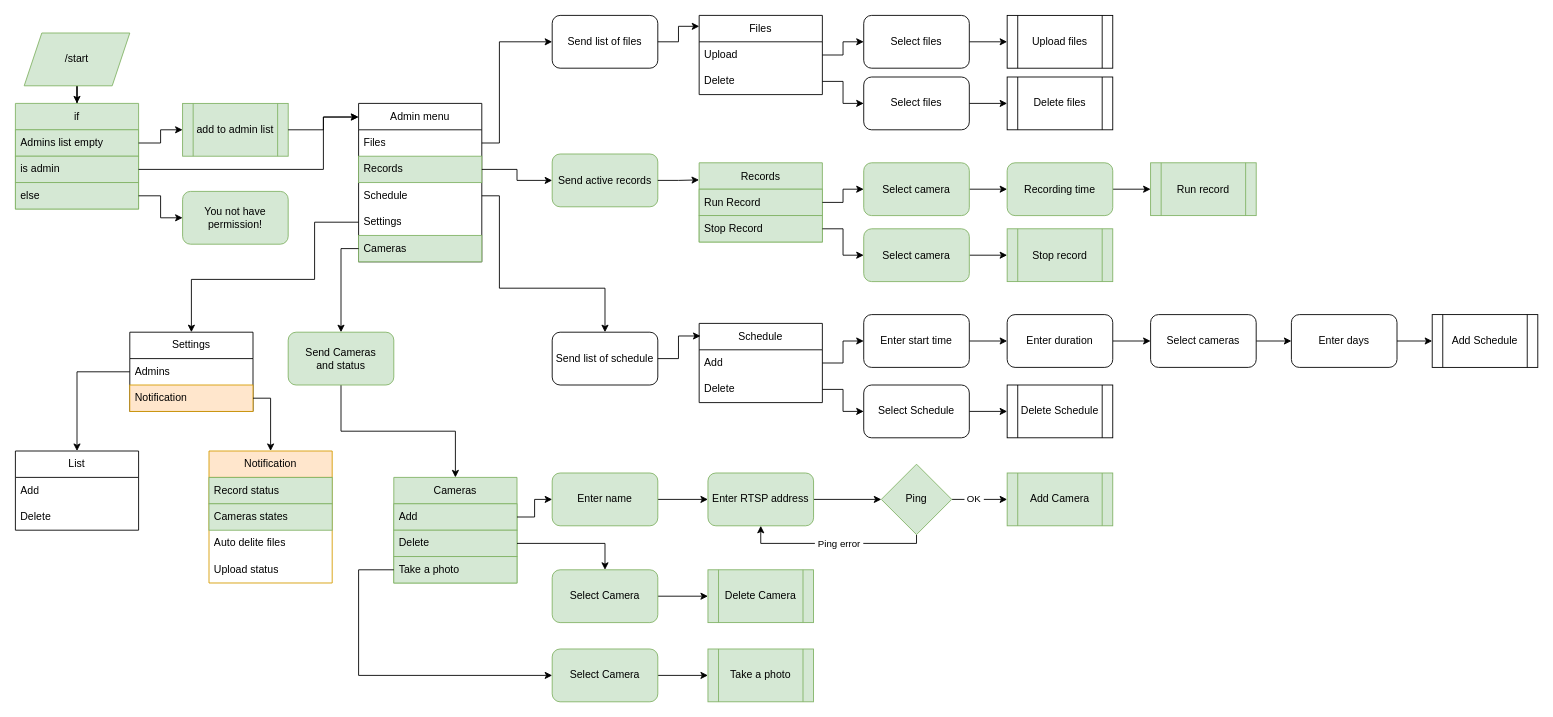
Before: doc/bot.drawio in Zzior/camera-recorder-service, a draw.io diagram. Source tidied: cells renumbered, new cells numbered last; positions are measured from the earlier drawing's top-left corner, leaving out a move shared by most shapes. Both pictures are drawn from the tidied source at 88%, with x=0, y=0 at pixel (15, 15).
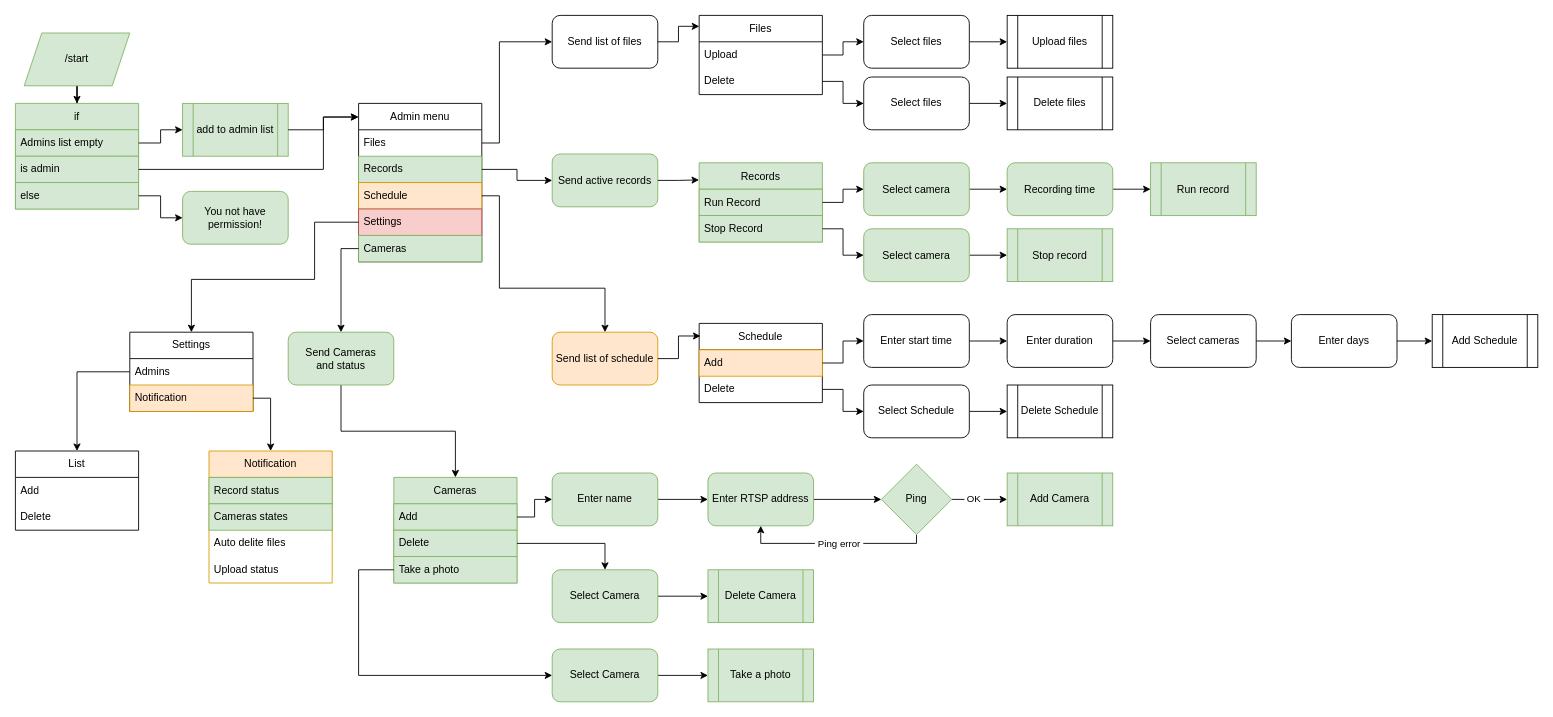
After the change.

Unchanged cells that the change refers to:
```xml
<mxCell id="8" value="Admin menu" style="swimlane;fontStyle=0;horizontal=1;startSize=30;whiteSpace=wrap;html=1;" parent="1" vertex="1">
  <mxGeometry x="390" y="100" width="140" height="180" as="geometry" />
</mxCell>
<mxCell id="38" value="&lt;span style=&quot;text-align: left;&quot;&gt;Schedule&lt;/span&gt;" style="swimlane;fontStyle=0;horizontal=1;startSize=30;whiteSpace=wrap;html=1;" parent="1" vertex="1">
  <mxGeometry x="777" y="350" width="140" height="90" as="geometry" />
</mxCell>
```

The edit, as a diff of the source:
```diff
@@
-    <mxCell id="11" value="Schedule" style="text;strokeColor=none;fillColor=none;align=left;verticalAlign=middle;spacingLeft=4;spacingRight=4;overflow=hidden;points=[[0,0.5],[1,0.5]];portConstraint=eastwest;whiteSpace=wrap;html=1;" parent="8" vertex="1">
+    <mxCell id="11" value="Schedule" style="text;strokeColor=#d79b00;fillColor=#ffe6cc;align=left;verticalAlign=middle;spacingLeft=4;spacingRight=4;overflow=hidden;points=[[0,0.5],[1,0.5]];portConstraint=eastwest;whiteSpace=wrap;html=1;" parent="8" vertex="1">
       <mxGeometry y="90" width="140" height="30" as="geometry" />
     </mxCell>
-    <mxCell id="12" value="Settings" style="text;strokeColor=none;fillColor=none;align=left;verticalAlign=middle;spacingLeft=4;spacingRight=4;overflow=hidden;points=[[0,0.5],[1,0.5]];portConstraint=eastwest;whiteSpace=wrap;html=1;" parent="8" vertex="1">
+    <mxCell id="12" value="Settings" style="text;strokeColor=#b85450;fillColor=#f8cecc;align=left;verticalAlign=middle;spacingLeft=4;spacingRight=4;overflow=hidden;points=[[0,0.5],[1,0.5]];portConstraint=eastwest;whiteSpace=wrap;html=1;" parent="8" vertex="1">
       <mxGeometry y="120" width="140" height="30" as="geometry" />
     </mxCell>
@@
-    <mxCell id="39" value="Add" style="text;strokeColor=none;fillColor=none;align=left;verticalAlign=middle;spacingLeft=4;spacingRight=4;overflow=hidden;points=[[0,0.5],[1,0.5]];portConstraint=eastwest;whiteSpace=wrap;html=1;" parent="38" vertex="1">
+    <mxCell id="39" value="Add" style="text;strokeColor=#d79b00;fillColor=#ffe6cc;align=left;verticalAlign=middle;spacingLeft=4;spacingRight=4;overflow=hidden;points=[[0,0.5],[1,0.5]];portConstraint=eastwest;whiteSpace=wrap;html=1;" parent="38" vertex="1">
       <mxGeometry y="30" width="140" height="30" as="geometry" />
     </mxCell>
@@
-    <mxCell id="45" value="Send list of s&lt;span style=&quot;text-align: left;&quot;&gt;chedule&lt;/span&gt;" style="rounded=1;whiteSpace=wrap;html=1;" parent="1" vertex="1">
+    <mxCell id="45" value="Send list of s&lt;span style=&quot;text-align: left;&quot;&gt;chedule&lt;/span&gt;" style="rounded=1;whiteSpace=wrap;html=1;fillColor=#ffe6cc;strokeColor=#d79b00;" parent="1" vertex="1">
       <mxGeometry x="610" y="360" width="120" height="60" as="geometry" />
     </mxCell>
```
